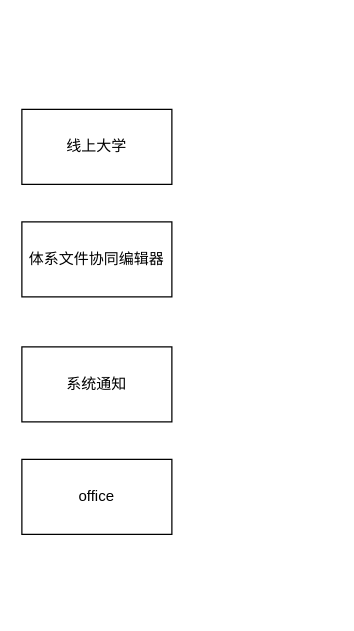
Above: 1.drawio in luomoweilan/bookmark (draw.io), before the change. Source tidied: cells renumbered, new cells numbered last; positions are measured from the earlier drawing's top-left corner, leaving out a move shared by most shapes. Both pictures are drawn from the tidied source at 125%, with x=0, y=0 at pixel (21, 109).
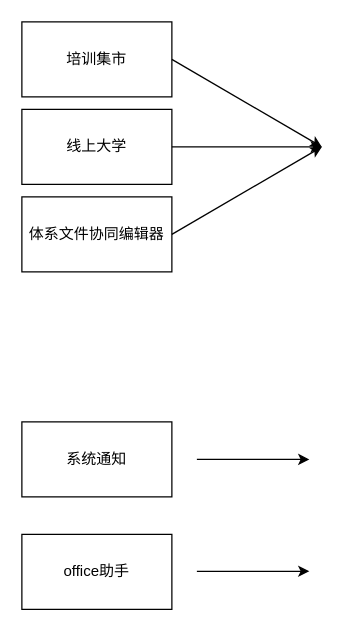
After the change.

Change to the diagram source:
```diff
@@
 <mxGraphModel>
   <root>
     <mxCell id="0" />
     <mxCell id="1" parent="0" />
     <mxCell id="2" value="线上大学" style="rounded=0;whiteSpace=wrap;html=1;" parent="1" vertex="1">
       <mxGeometry width="120" height="60" as="geometry" />
     </mxCell>
     <mxCell id="3" value="体系文件协同编辑器" style="rounded=0;whiteSpace=wrap;html=1;" parent="1" vertex="1">
-      <mxGeometry y="90" width="120" height="60" as="geometry" />
+      <mxGeometry y="70" width="120" height="60" as="geometry" />
     </mxCell>
     <mxCell id="4" value="系统通知" style="rounded=0;whiteSpace=wrap;html=1;" parent="1" vertex="1">
-      <mxGeometry y="190" width="120" height="60" as="geometry" />
+      <mxGeometry y="250" width="120" height="60" as="geometry" />
     </mxCell>
-    <mxCell id="5" value="office" style="rounded=0;whiteSpace=wrap;html=1;" parent="1" vertex="1">
-      <mxGeometry y="280" width="120" height="60" as="geometry" />
+    <mxCell id="5" value="office助手" style="rounded=0;whiteSpace=wrap;html=1;" parent="1" vertex="1">
+      <mxGeometry y="340" width="120" height="60" as="geometry" />
     </mxCell>
+    <mxCell id="6" style="endArrow=classic;html=1;" parent="1" edge="1">
+      <mxGeometry relative="1" as="geometry">
+        <mxPoint x="120" y="30" as="sourcePoint" />
+        <mxPoint x="240" y="30" as="targetPoint" />
+      </mxGeometry>
+    </mxCell>
+    <mxCell id="7" style="endArrow=classic;html=1;exitX=1;exitY=0.5;exitDx=0;exitDy=0;" parent="1" edge="1" source="3">
+      <mxGeometry relative="1" as="geometry">
+        <mxPoint x="240" y="30" as="targetPoint" />
+      </mxGeometry>
+    </mxCell>
+    <mxCell id="8" style="endArrow=classic;html=1;" parent="1" edge="1">
+      <mxGeometry relative="1" as="geometry">
+        <mxPoint x="140" y="280" as="sourcePoint" />
+        <mxPoint x="230" y="280" as="targetPoint" />
+      </mxGeometry>
+    </mxCell>
+    <mxCell id="9" style="endArrow=classic;html=1;" parent="1" edge="1">
+      <mxGeometry relative="1" as="geometry">
+        <mxPoint x="140" y="369.5" as="sourcePoint" />
+        <mxPoint x="230" y="369.5" as="targetPoint" />
+      </mxGeometry>
+    </mxCell>
+    <mxCell id="10" value="培训集市" style="rounded=0;whiteSpace=wrap;html=1;" parent="1" vertex="1">
+      <mxGeometry y="-70" width="120" height="60" as="geometry" />
+    </mxCell>
+    <mxCell id="11" style="endArrow=classic;html=1;" parent="1" edge="1">
+      <mxGeometry relative="1" as="geometry">
+        <mxPoint x="120" y="-40" as="sourcePoint" />
+        <mxPoint x="240" y="30" as="targetPoint" />
+      </mxGeometry>
+    </mxCell>
   </root>
 </mxGraphModel>
```
